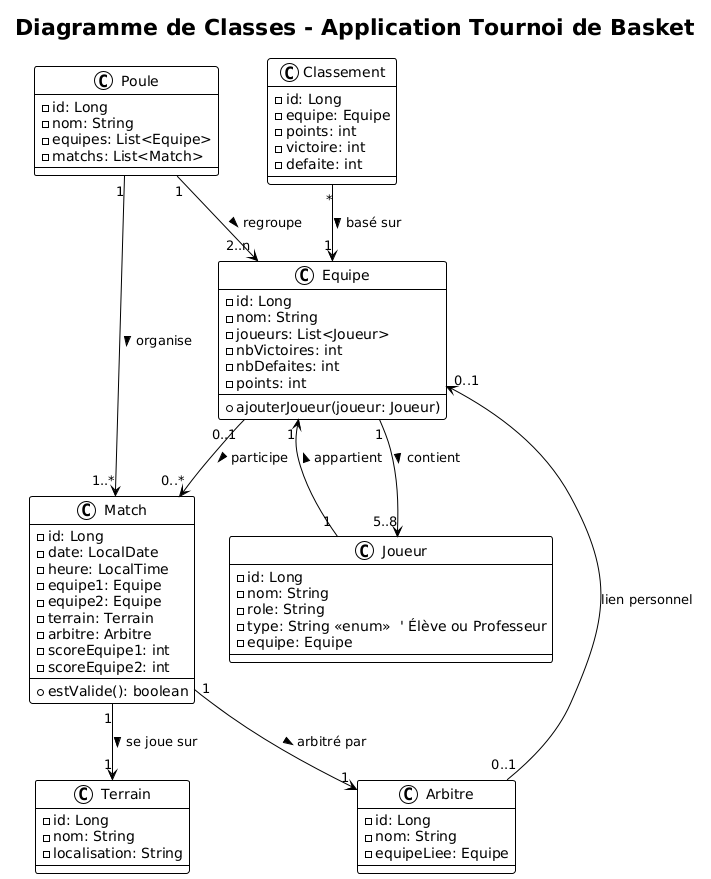
kinanix7/Fil-Rouge-Uml keeps this PlantUML diagram as Class Diagram.png. Above is the earlier version. Its diagram source:
```plantuml
@startuml
!theme plain
title Diagramme de Classes - Application Tournoi de Basket

class Equipe {
  - id: Long
  - nom: String
  - joueurs: List<Joueur>
  - nbVictoires: int
  - nbDefaites: int
  - points: int
  + ajouterJoueur(joueur: Joueur)
}

class Joueur {
  - id: Long
  - nom: String
  - role: String
  - type: String <<enum>>  ' Élève ou Professeur
  - equipe: Equipe
}

class Arbitre {
  - id: Long
  - nom: String
  - equipeLiee: Equipe
}

class Terrain {
  - id: Long
  - nom: String
  - localisation: String
}

class Match {
  - id: Long
  - date: LocalDate
  - heure: LocalTime
  - equipe1: Equipe
  - equipe2: Equipe
  - terrain: Terrain
  - arbitre: Arbitre
  - scoreEquipe1: int
  - scoreEquipe2: int
  + estValide(): boolean
}

class Poule {
  - id: Long
  - nom: String
  - equipes: List<Equipe>
  - matchs: List<Match>
}

class Classement {
  - id: Long
  - equipe: Equipe
  - points: int
  - victoire: int
  - defaite: int
}

Equipe "1" --> "5..8" Joueur : contient >
Joueur "1" --> "1" Equipe : appartient >

Equipe "0..1" --> "0..*" Match : participe >
Match "1" --> "1" Terrain : se joue sur >
Match "1" --> "1" Arbitre : arbitré par >
Arbitre "0..1" --> "0..1" Equipe : lien personnel

Poule "1" --> "2..n" Equipe : regroupe >
Poule "1" --> "1..*" Match : organise >

Classement "*" --> "1" Equipe : basé sur >
@enduml
```
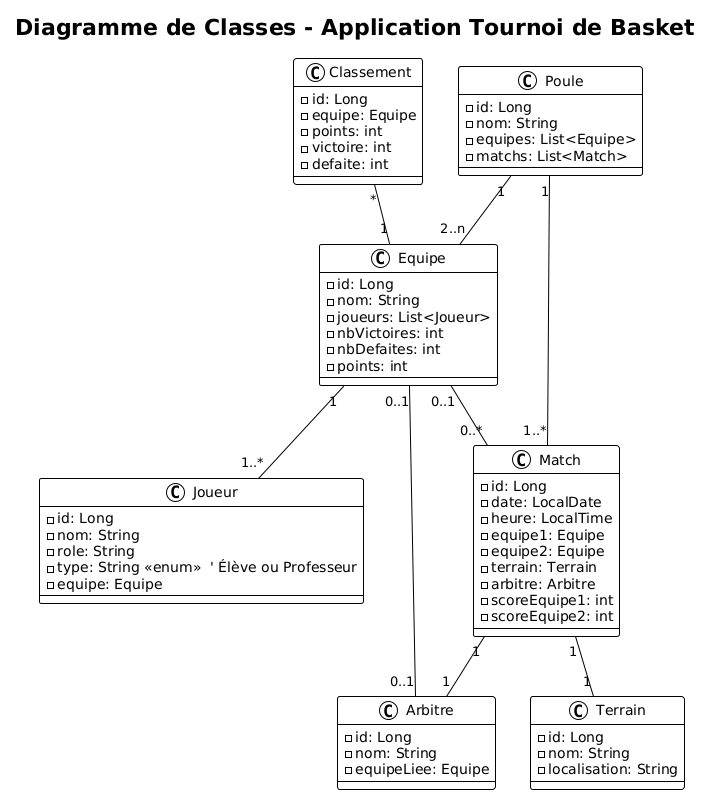
After the change.

Change to the diagram source:
```diff
@@ -9,7 +9,6 @@
   - nbVictoires: int
   - nbDefaites: int
   - points: int
-  + ajouterJoueur(joueur: Joueur)
 }
 
 class Joueur {
@@ -42,7 +41,6 @@
   - arbitre: Arbitre
   - scoreEquipe1: int
   - scoreEquipe2: int
-  + estValide(): boolean
 }
 
 class Poule {
@@ -60,16 +58,14 @@
   - defaite: int
 }
 
-Equipe "1" --> "5..8" Joueur : contient >
-Joueur "1" --> "1" Equipe : appartient >
+Equipe "1" -- "1..*" Joueur
 
-Equipe "0..1" --> "0..*" Match : participe >
-Match "1" --> "1" Terrain : se joue sur >
-Match "1" --> "1" Arbitre : arbitré par >
-Arbitre "0..1" --> "0..1" Equipe : lien personnel
+Equipe "0..1" -- "0..*" Match
+Match "1" -- "1" Terrain
+Match "1" -- "1" Arbitre
+Arbitre "0..1" -- "0..1" Equipe
+Poule "1" -- "2..n" Equipe
+Poule "1" -- "1..*" Match
 
-Poule "1" --> "2..n" Equipe : regroupe >
-Poule "1" --> "1..*" Match : organise >
-
-Classement "*" --> "1" Equipe : basé sur >
+Classement "*" -- "1" Equipe
 @enduml
```
